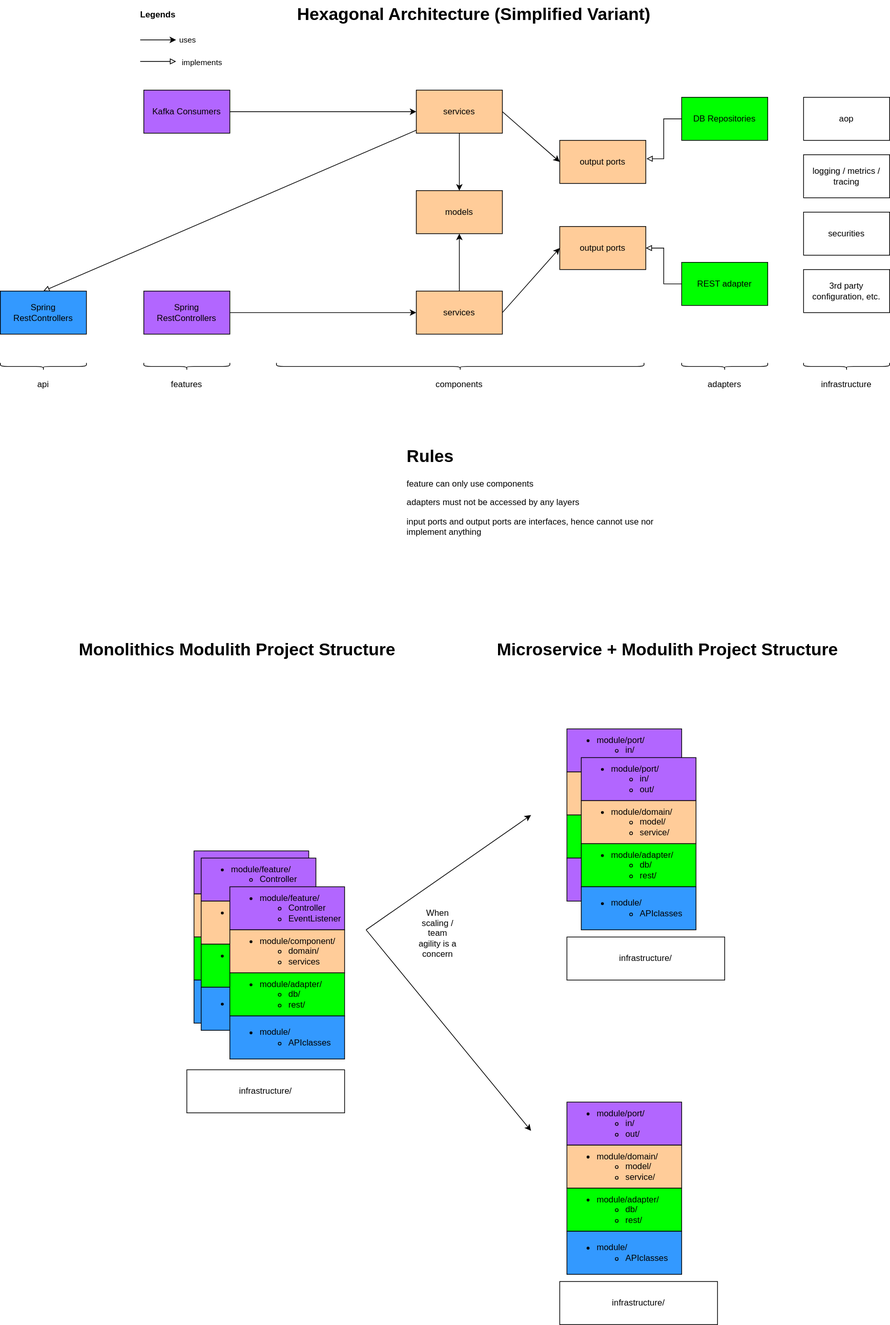
Earlier version of the draw.io export static/hexagonal-architecture-features-and-components-variants.drawio.svg (NosearY/order-management-service-reference-implementation). Source tidied: cells renumbered, new cells last; positions are measured from the earlier drawing's top-left corner, leaving out a move shared by most shapes.
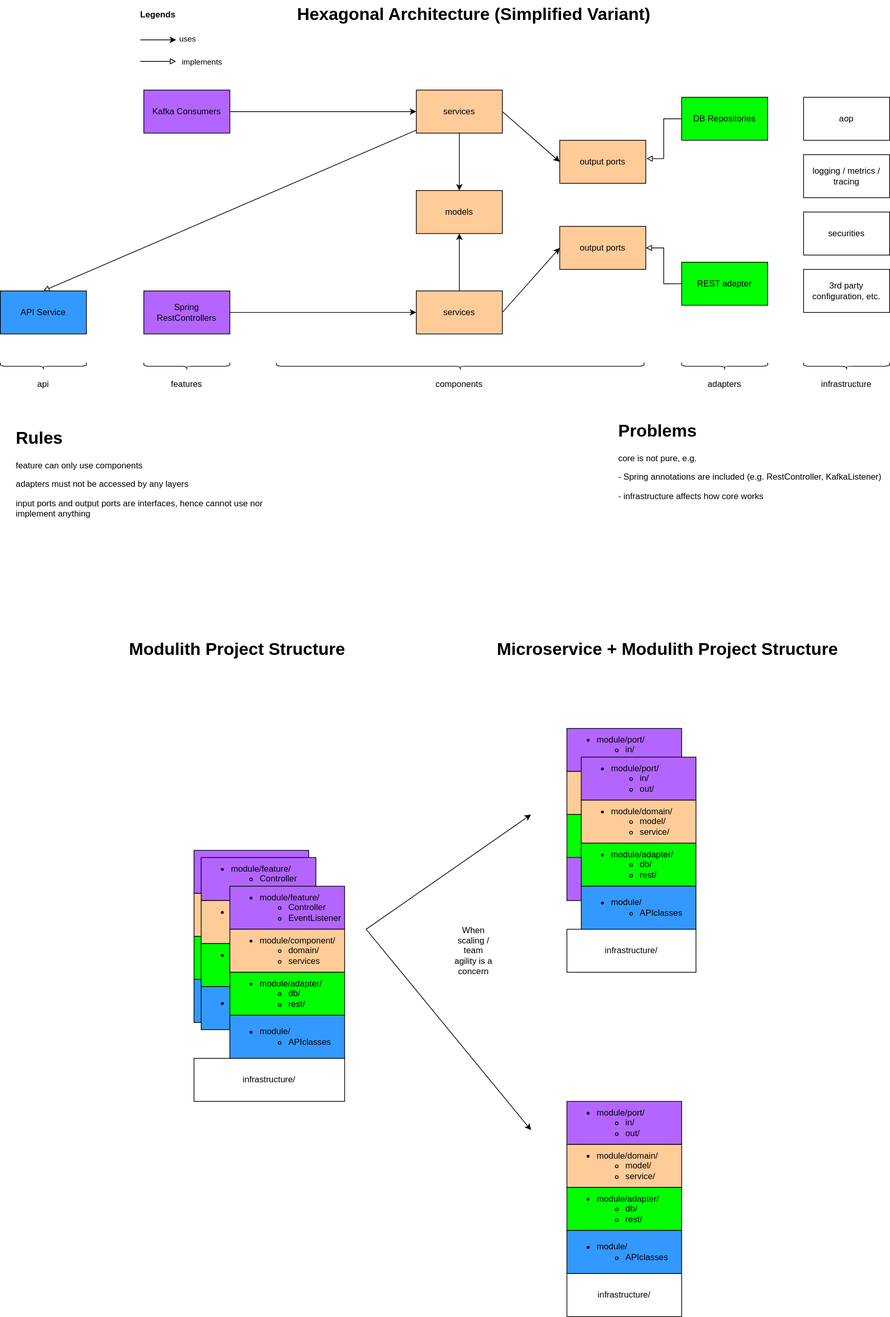
Above is the later version.

What changed in the source:
```diff
@@ -132,7 +132,7 @@
     <mxCell id="41" value="3rd party configuration, etc." style="rounded=0;whiteSpace=wrap;html=1;" parent="1" vertex="1">
       <mxGeometry x="1120" y="375" width="120" height="60" as="geometry" />
     </mxCell>
-    <mxCell id="42" value="Monolithics Modulith Project Structure" style="text;strokeColor=none;fillColor=none;html=1;fontSize=24;fontStyle=1;verticalAlign=middle;align=center;" parent="1" vertex="1">
+    <mxCell id="42" value="Modulith Project Structure" style="text;strokeColor=none;fillColor=none;html=1;fontSize=24;fontStyle=1;verticalAlign=middle;align=center;" parent="1" vertex="1">
       <mxGeometry x="280" y="885" width="100" height="40" as="geometry" />
     </mxCell>
     <mxCell id="43" value="&lt;ul&gt;&lt;li&gt;module/feature/&lt;/li&gt;&lt;ul&gt;&lt;li&gt;Controller&lt;/li&gt;&lt;li&gt;EventListener&lt;/li&gt;&lt;/ul&gt;&lt;/ul&gt;" style="rounded=0;whiteSpace=wrap;html=1;fillColor=#B266FF;align=left;" parent="1" vertex="1">
@@ -145,10 +145,10 @@
       <mxGeometry x="270" y="1305" width="160" height="60" as="geometry" />
     </mxCell>
     <mxCell id="46" value="infrastructure/" style="rounded=0;whiteSpace=wrap;html=1;" parent="1" vertex="1">
-      <mxGeometry x="260" y="1490" width="220" height="60" as="geometry" />
+      <mxGeometry x="270" y="1475" width="210" height="60" as="geometry" />
     </mxCell>
     <mxCell id="47" value="&lt;h1 style=&quot;margin-top: 0px;&quot;&gt;Rules&lt;/h1&gt;&lt;p&gt;feature can only use components&lt;/p&gt;&lt;p&gt;&lt;span style=&quot;background-color: initial;&quot;&gt;adapters must not be accessed by any layers&lt;/span&gt;&lt;/p&gt;&lt;p&gt;&lt;span style=&quot;background-color: initial;&quot;&gt;input ports and output ports are interfaces, hence cannot use nor implement anything&lt;/span&gt;&lt;br&gt;&lt;/p&gt;&lt;p&gt;&lt;br&gt;&lt;/p&gt;" style="text;html=1;whiteSpace=wrap;overflow=hidden;rounded=0;" parent="1" vertex="1">
-      <mxGeometry x="565" y="615" width="370" height="160" as="geometry" />
+      <mxGeometry x="20" y="590" width="370" height="160" as="geometry" />
     </mxCell>
     <mxCell id="48" value="Microservice + Modulith Project Structure" style="text;strokeColor=none;fillColor=none;html=1;fontSize=24;fontStyle=1;verticalAlign=middle;align=center;" parent="1" vertex="1">
       <mxGeometry x="880" y="885" width="100" height="40" as="geometry" />
@@ -175,7 +175,7 @@
       <mxGeometry x="810" y="1175" width="160" height="60" as="geometry" />
     </mxCell>
     <mxCell id="56" value="infrastructure/" style="rounded=0;whiteSpace=wrap;html=1;" parent="1" vertex="1">
-      <mxGeometry x="790" y="1305" width="220" height="60" as="geometry" />
+      <mxGeometry x="790" y="1295" width="180" height="60" as="geometry" />
     </mxCell>
     <mxCell id="57" value="&lt;ul&gt;&lt;li&gt;module/port/&lt;/li&gt;&lt;ul&gt;&lt;li&gt;in/&lt;/li&gt;&lt;li&gt;out/&lt;/li&gt;&lt;/ul&gt;&lt;/ul&gt;" style="rounded=0;whiteSpace=wrap;html=1;fillColor=#B266FF;align=left;" parent="1" vertex="1">
       <mxGeometry x="790" y="1535" width="160" height="60" as="geometry" />
@@ -187,7 +187,7 @@
       <mxGeometry x="790" y="1655" width="160" height="60" as="geometry" />
     </mxCell>
     <mxCell id="60" value="infrastructure/" style="rounded=0;whiteSpace=wrap;html=1;" parent="1" vertex="1">
-      <mxGeometry x="780" y="1785" width="220" height="60" as="geometry" />
+      <mxGeometry x="790" y="1775" width="160" height="60" as="geometry" />
     </mxCell>
     <mxCell id="61" style="endArrow=classic;html=1;rounded=0;" parent="1" edge="1">
       <mxGeometry relative="1" as="geometry">
@@ -201,7 +201,7 @@
         <mxPoint x="740" y="1575" as="targetPoint" />
       </mxGeometry>
     </mxCell>
-    <mxCell id="63" value="Spring RestControllers" style="rounded=0;whiteSpace=wrap;html=1;fillColor=#3399FF;" parent="1" vertex="1">
+    <mxCell id="63" value="API Service" style="rounded=0;whiteSpace=wrap;html=1;fillColor=#3399FF;" parent="1" vertex="1">
       <mxGeometry y="405" width="120" height="60" as="geometry" />
     </mxCell>
     <mxCell id="64" style="group;" parent="1" vertex="1">
@@ -223,7 +223,7 @@
       <mxGeometry x="790" y="1715" width="160" height="60" as="geometry" />
     </mxCell>
     <mxCell id="70" value="When scaling / team agility is a concern" style="text;html=1;align=center;verticalAlign=middle;whiteSpace=wrap;rounded=0;" parent="1" vertex="1">
-      <mxGeometry x="580" y="1285" width="60" height="30" as="geometry" />
+      <mxGeometry x="630" y="1310" width="60" height="30" as="geometry" />
     </mxCell>
     <mxCell id="71" value="&lt;ul&gt;&lt;li&gt;module/feature/&lt;/li&gt;&lt;ul&gt;&lt;li&gt;Controller&lt;/li&gt;&lt;li&gt;EventListener&lt;/li&gt;&lt;/ul&gt;&lt;/ul&gt;" style="rounded=0;whiteSpace=wrap;html=1;fillColor=#B266FF;align=left;" parent="1" vertex="1">
       <mxGeometry x="280" y="1195" width="160" height="60" as="geometry" />
@@ -249,5 +249,8 @@
     <mxCell id="78" value="&lt;ul&gt;&lt;li&gt;module/&lt;/li&gt;&lt;ul&gt;&lt;li&gt;APIclasses&lt;/li&gt;&lt;/ul&gt;&lt;/ul&gt;" style="rounded=0;whiteSpace=wrap;html=1;fillColor=#3399FF;align=left;" parent="1" vertex="1">
       <mxGeometry x="320" y="1415" width="160" height="60" as="geometry" />
     </mxCell>
+    <mxCell id="79" value="&lt;h1 style=&quot;margin-top: 0px;&quot;&gt;Problems&lt;/h1&gt;&lt;p&gt;core is not pure, e.g.&lt;/p&gt;&lt;p&gt;- Spring annotations are included (e.g. RestController, KafkaListener)&lt;/p&gt;&lt;p&gt;- infrastructure affects how core works&lt;/p&gt;&lt;p&gt;&lt;br&gt;&lt;/p&gt;&lt;p&gt;&lt;br&gt;&lt;/p&gt;" style="text;html=1;whiteSpace=wrap;overflow=hidden;rounded=0;" parent="1" vertex="1">
+      <mxGeometry x="860" y="580" width="370" height="160" as="geometry" />
+    </mxCell>
   </root>
 </mxGraphModel>
```
